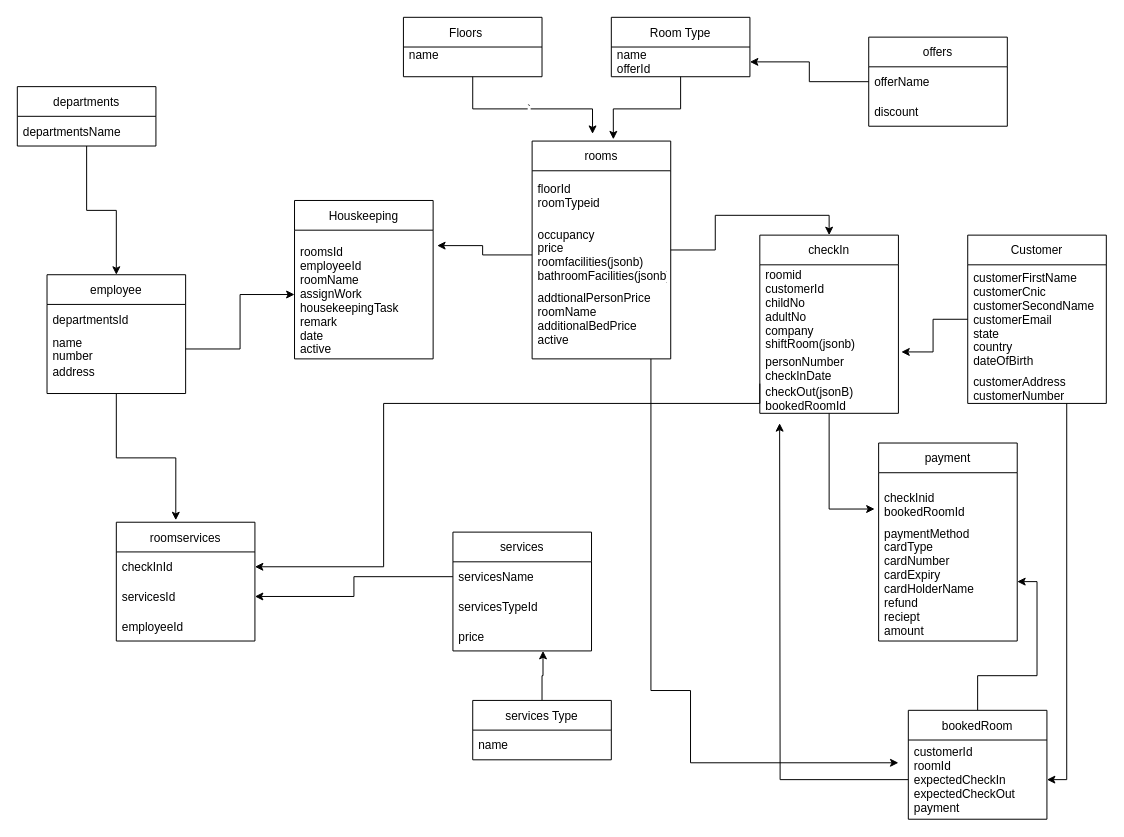
Earlier version of the draw.io diagram new9.drawio (zaryabali786/erdDiagram). Source tidied: cells renumbered, new cells numbered last; positions are measured from the earlier drawing's top-left corner, leaving out a move shared by most shapes. Both pictures are drawn from the tidied source at 99%, with x=0, y=0 at pixel (17, 17).
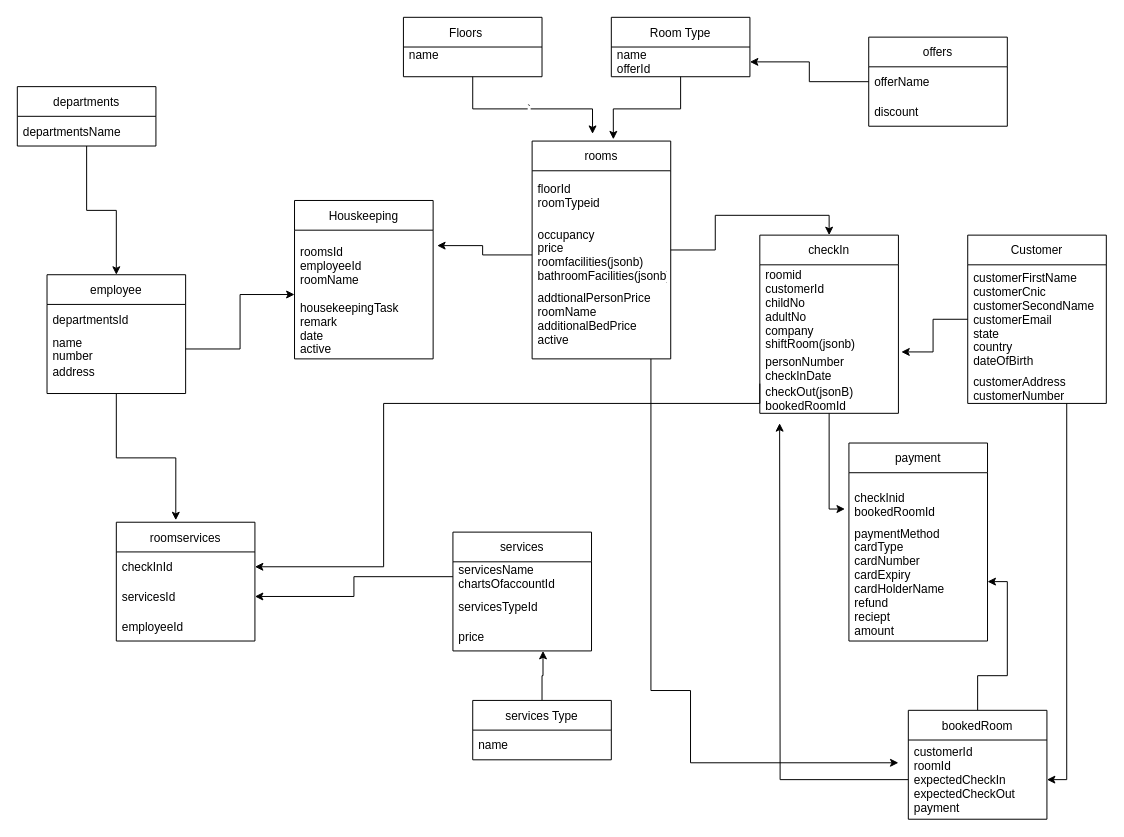
After the change.

The change refers to these unchanged cells:
```xml
<mxCell id="18" value="services" style="swimlane;fontStyle=0;horizontal=1;startSize=30;" parent="1" vertex="1">
  <mxGeometry x="440" y="520" width="140" height="120" as="geometry" />
</mxCell>
<mxCell id="25" value="Houskeeping" style="swimlane;fontStyle=0;horizontal=1;startSize=30;" parent="1" vertex="1">
  <mxGeometry x="280" y="185" width="140" height="160" as="geometry" />
</mxCell>
```

What changed in the source:
```diff
@@
-    <mxCell id="19" value="servicesName" style="text;strokeColor=none;fillColor=none;align=left;verticalAlign=middle;spacingLeft=4;spacingRight=4;overflow=hidden;points=[[0,0.5],[1,0.5]];portConstraint=eastwest;" parent="18" vertex="1">
+    <mxCell id="19" value="servicesName&#10;chartsOfaccountId" style="text;strokeColor=none;fillColor=none;align=left;verticalAlign=middle;spacingLeft=4;spacingRight=4;overflow=hidden;points=[[0,0.5],[1,0.5]];portConstraint=eastwest;" parent="18" vertex="1">
       <mxGeometry y="30" width="140" height="30" as="geometry" />
     </mxCell>
@@
-    <mxCell id="26" value="&#10;roomsId&#10;employeeId&#10;roomName&#10;assignWork&#10;housekeepingTask&#10;remark&#10;date&#10;active&#10;&#10;" style="text;strokeColor=none;fillColor=none;align=left;verticalAlign=middle;spacingLeft=4;spacingRight=4;overflow=hidden;points=[[0,0.5],[1,0.5]];portConstraint=eastwest;" parent="25" vertex="1">
+    <mxCell id="26" value="&#10;roomsId&#10;employeeId&#10;roomName&#10;&#10;housekeepingTask&#10;remark&#10;date&#10;active&#10;&#10;" style="text;strokeColor=none;fillColor=none;align=left;verticalAlign=middle;spacingLeft=4;spacingRight=4;overflow=hidden;points=[[0,0.5],[1,0.5]];portConstraint=eastwest;" parent="25" vertex="1">
       <mxGeometry y="30" width="140" height="130" as="geometry" />
     </mxCell>
@@
     <mxCell id="37" value="payment" style="swimlane;fontStyle=0;horizontal=1;startSize=30;" parent="1" vertex="1">
-      <mxGeometry x="870" y="430" width="140" height="200" as="geometry" />
+      <mxGeometry x="840" y="430" width="140" height="200" as="geometry" />
     </mxCell>
```
